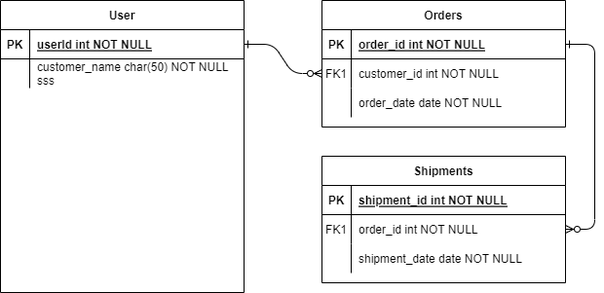
This is ER-model.drawio.png from ndphong812/intro2software-project, a draw.io export, as it was before one commit. Source tidied: cells renumbered, new cells last; positions are measured from the earlier drawing's top-left corner, leaving out a move shared by most shapes.
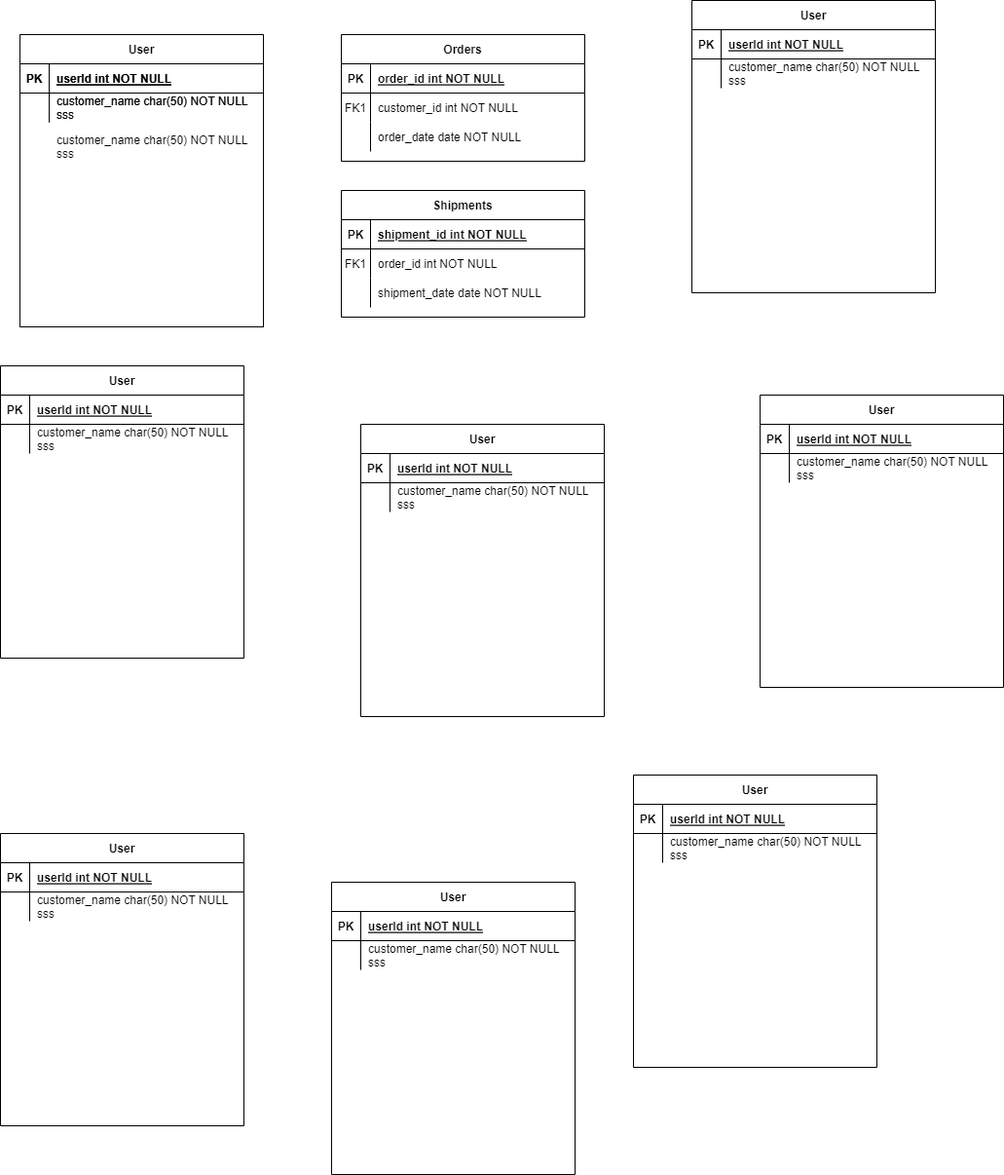
The same file after the commit.

Change to the diagram source:
```diff
@@ -2,12 +2,6 @@
   <root>
     <mxCell id="0" />
     <mxCell id="1" parent="0" />
-    <mxCell id="2" style="edgeStyle=entityRelationEdgeStyle;endArrow=ERzeroToMany;startArrow=ERone;endFill=1;startFill=0;" parent="1" edge="1" source="25" target="8">
-      <mxGeometry relative="1" as="geometry" />
-    </mxCell>
-    <mxCell id="3" style="edgeStyle=entityRelationEdgeStyle;endArrow=ERzeroToMany;startArrow=ERone;endFill=1;startFill=0;" parent="1" edge="1" source="5" target="18">
-      <mxGeometry relative="1" as="geometry" />
-    </mxCell>
     <mxCell id="4" value="Orders" style="shape=table;startSize=30;rowLines=0;fontStyle=1;align=center;" parent="1" vertex="1">
       <mxGeometry x="330" width="250" height="130" as="geometry" />
     </mxCell>
@@ -86,8 +80,179 @@
     <mxCell id="29" style="shape=partialRectangle;overflow=hidden;fillColor=none;top=0;left=0;bottom=0;right=0;" parent="28" vertex="1">
       <mxGeometry width="30" height="30" as="geometry" />
     </mxCell>
-    <mxCell id="30" value="customer_name char(50) NOT NULL&#10;sss" style="shape=partialRectangle;overflow=hidden;fillColor=none;top=0;left=0;bottom=0;right=0;align=left;spacingLeft=6;" parent="28" vertex="1">
+    <mxCell id="30" value="customer_name char(50) NOT NULL&#10;sss&#10;" style="shape=partialRectangle;overflow=hidden;fillColor=none;top=0;left=0;bottom=0;right=0;align=left;spacingLeft=6;" parent="28" vertex="1">
       <mxGeometry x="30" width="220" height="30" as="geometry" />
     </mxCell>
+    <mxCell id="31" value="customer_name char(50) NOT NULL&#10;sss&#10;" style="shape=partialRectangle;overflow=hidden;fillColor=none;top=0;left=0;bottom=0;right=0;align=left;spacingLeft=6;" parent="1" vertex="1">
+      <mxGeometry x="30" y="100" width="220" height="30" as="geometry" />
+    </mxCell>
+    <mxCell id="32" value="User" style="shape=table;startSize=30;rowLines=0;fontStyle=1;align=center;" parent="1" vertex="1">
+      <mxGeometry width="250" height="300" as="geometry" />
+    </mxCell>
+    <mxCell id="33" style="shape=partialRectangle;fillColor=none;top=0;left=0;right=0;bottom=1;" parent="32" vertex="1">
+      <mxGeometry y="30" width="250" height="30" as="geometry" />
+    </mxCell>
+    <mxCell id="34" value="PK" style="shape=partialRectangle;overflow=hidden;fillColor=none;top=0;left=0;bottom=0;right=0;fontStyle=1;" parent="33" vertex="1">
+      <mxGeometry width="30" height="30" as="geometry" />
+    </mxCell>
+    <mxCell id="35" value="userId int NOT NULL " style="shape=partialRectangle;overflow=hidden;fillColor=none;top=0;left=0;bottom=0;right=0;align=left;spacingLeft=6;fontStyle=5;" parent="33" vertex="1">
+      <mxGeometry x="30" width="220" height="30" as="geometry" />
+    </mxCell>
+    <mxCell id="36" style="shape=partialRectangle;fillColor=none;top=0;left=0;right=0;bottom=0;" parent="32" vertex="1">
+      <mxGeometry y="60" width="250" height="30" as="geometry" />
+    </mxCell>
+    <mxCell id="37" style="shape=partialRectangle;overflow=hidden;fillColor=none;top=0;left=0;bottom=0;right=0;" parent="36" vertex="1">
+      <mxGeometry width="30" height="30" as="geometry" />
+    </mxCell>
+    <mxCell id="38" value="customer_name char(50) NOT NULL&#10;sss&#10;" style="shape=partialRectangle;overflow=hidden;fillColor=none;top=0;left=0;bottom=0;right=0;align=left;spacingLeft=6;" parent="36" vertex="1">
+      <mxGeometry x="30" width="220" height="30" as="geometry" />
+    </mxCell>
+    <mxCell id="39" value="User" style="shape=table;startSize=30;rowLines=0;fontStyle=1;align=center;" parent="1" vertex="1">
+      <mxGeometry x="-20" y="340" width="250" height="300" as="geometry" />
+    </mxCell>
+    <mxCell id="40" style="shape=partialRectangle;fillColor=none;top=0;left=0;right=0;bottom=1;" parent="39" vertex="1">
+      <mxGeometry y="30" width="250" height="30" as="geometry" />
+    </mxCell>
+    <mxCell id="41" value="PK" style="shape=partialRectangle;overflow=hidden;fillColor=none;top=0;left=0;bottom=0;right=0;fontStyle=1;" parent="40" vertex="1">
+      <mxGeometry width="30" height="30" as="geometry" />
+    </mxCell>
+    <mxCell id="42" value="userId int NOT NULL " style="shape=partialRectangle;overflow=hidden;fillColor=none;top=0;left=0;bottom=0;right=0;align=left;spacingLeft=6;fontStyle=5;" parent="40" vertex="1">
+      <mxGeometry x="30" width="220" height="30" as="geometry" />
+    </mxCell>
+    <mxCell id="43" style="shape=partialRectangle;fillColor=none;top=0;left=0;right=0;bottom=0;" parent="39" vertex="1">
+      <mxGeometry y="60" width="250" height="30" as="geometry" />
+    </mxCell>
+    <mxCell id="44" style="shape=partialRectangle;overflow=hidden;fillColor=none;top=0;left=0;bottom=0;right=0;" parent="43" vertex="1">
+      <mxGeometry width="30" height="30" as="geometry" />
+    </mxCell>
+    <mxCell id="45" value="customer_name char(50) NOT NULL&#10;sss&#10;" style="shape=partialRectangle;overflow=hidden;fillColor=none;top=0;left=0;bottom=0;right=0;align=left;spacingLeft=6;" parent="43" vertex="1">
+      <mxGeometry x="30" width="220" height="30" as="geometry" />
+    </mxCell>
+    <mxCell id="46" value="User" style="shape=table;startSize=30;rowLines=0;fontStyle=1;align=center;" parent="1" vertex="1">
+      <mxGeometry x="350" y="400" width="250" height="300" as="geometry" />
+    </mxCell>
+    <mxCell id="47" style="shape=partialRectangle;fillColor=none;top=0;left=0;right=0;bottom=1;" parent="46" vertex="1">
+      <mxGeometry y="30" width="250" height="30" as="geometry" />
+    </mxCell>
+    <mxCell id="48" value="PK" style="shape=partialRectangle;overflow=hidden;fillColor=none;top=0;left=0;bottom=0;right=0;fontStyle=1;" parent="47" vertex="1">
+      <mxGeometry width="30" height="30" as="geometry" />
+    </mxCell>
+    <mxCell id="49" value="userId int NOT NULL " style="shape=partialRectangle;overflow=hidden;fillColor=none;top=0;left=0;bottom=0;right=0;align=left;spacingLeft=6;fontStyle=5;" parent="47" vertex="1">
+      <mxGeometry x="30" width="220" height="30" as="geometry" />
+    </mxCell>
+    <mxCell id="50" style="shape=partialRectangle;fillColor=none;top=0;left=0;right=0;bottom=0;" parent="46" vertex="1">
+      <mxGeometry y="60" width="250" height="30" as="geometry" />
+    </mxCell>
+    <mxCell id="51" style="shape=partialRectangle;overflow=hidden;fillColor=none;top=0;left=0;bottom=0;right=0;" parent="50" vertex="1">
+      <mxGeometry width="30" height="30" as="geometry" />
+    </mxCell>
+    <mxCell id="52" value="customer_name char(50) NOT NULL&#10;sss&#10;" style="shape=partialRectangle;overflow=hidden;fillColor=none;top=0;left=0;bottom=0;right=0;align=left;spacingLeft=6;" parent="50" vertex="1">
+      <mxGeometry x="30" width="220" height="30" as="geometry" />
+    </mxCell>
+    <mxCell id="53" value="User" style="shape=table;startSize=30;rowLines=0;fontStyle=1;align=center;" parent="1" vertex="1">
+      <mxGeometry x="690" y="-35" width="250" height="300" as="geometry" />
+    </mxCell>
+    <mxCell id="54" style="shape=partialRectangle;fillColor=none;top=0;left=0;right=0;bottom=1;" parent="53" vertex="1">
+      <mxGeometry y="30" width="250" height="30" as="geometry" />
+    </mxCell>
+    <mxCell id="55" value="PK" style="shape=partialRectangle;overflow=hidden;fillColor=none;top=0;left=0;bottom=0;right=0;fontStyle=1;" parent="54" vertex="1">
+      <mxGeometry width="30" height="30" as="geometry" />
+    </mxCell>
+    <mxCell id="56" value="userId int NOT NULL " style="shape=partialRectangle;overflow=hidden;fillColor=none;top=0;left=0;bottom=0;right=0;align=left;spacingLeft=6;fontStyle=5;" parent="54" vertex="1">
+      <mxGeometry x="30" width="220" height="30" as="geometry" />
+    </mxCell>
+    <mxCell id="57" style="shape=partialRectangle;fillColor=none;top=0;left=0;right=0;bottom=0;" parent="53" vertex="1">
+      <mxGeometry y="60" width="250" height="30" as="geometry" />
+    </mxCell>
+    <mxCell id="58" style="shape=partialRectangle;overflow=hidden;fillColor=none;top=0;left=0;bottom=0;right=0;" parent="57" vertex="1">
+      <mxGeometry width="30" height="30" as="geometry" />
+    </mxCell>
+    <mxCell id="59" value="customer_name char(50) NOT NULL&#10;sss&#10;" style="shape=partialRectangle;overflow=hidden;fillColor=none;top=0;left=0;bottom=0;right=0;align=left;spacingLeft=6;" parent="57" vertex="1">
+      <mxGeometry x="30" width="220" height="30" as="geometry" />
+    </mxCell>
+    <mxCell id="60" value="User" style="shape=table;startSize=30;rowLines=0;fontStyle=1;align=center;" parent="1" vertex="1">
+      <mxGeometry x="760" y="370" width="250" height="300" as="geometry" />
+    </mxCell>
+    <mxCell id="61" style="shape=partialRectangle;fillColor=none;top=0;left=0;right=0;bottom=1;" parent="60" vertex="1">
+      <mxGeometry y="30" width="250" height="30" as="geometry" />
+    </mxCell>
+    <mxCell id="62" value="PK" style="shape=partialRectangle;overflow=hidden;fillColor=none;top=0;left=0;bottom=0;right=0;fontStyle=1;" parent="61" vertex="1">
+      <mxGeometry width="30" height="30" as="geometry" />
+    </mxCell>
+    <mxCell id="63" value="userId int NOT NULL " style="shape=partialRectangle;overflow=hidden;fillColor=none;top=0;left=0;bottom=0;right=0;align=left;spacingLeft=6;fontStyle=5;" parent="61" vertex="1">
+      <mxGeometry x="30" width="220" height="30" as="geometry" />
+    </mxCell>
+    <mxCell id="64" style="shape=partialRectangle;fillColor=none;top=0;left=0;right=0;bottom=0;" parent="60" vertex="1">
+      <mxGeometry y="60" width="250" height="30" as="geometry" />
+    </mxCell>
+    <mxCell id="65" style="shape=partialRectangle;overflow=hidden;fillColor=none;top=0;left=0;bottom=0;right=0;" parent="64" vertex="1">
+      <mxGeometry width="30" height="30" as="geometry" />
+    </mxCell>
+    <mxCell id="66" value="customer_name char(50) NOT NULL&#10;sss&#10;" style="shape=partialRectangle;overflow=hidden;fillColor=none;top=0;left=0;bottom=0;right=0;align=left;spacingLeft=6;" parent="64" vertex="1">
+      <mxGeometry x="30" width="220" height="30" as="geometry" />
+    </mxCell>
+    <mxCell id="67" value="User" style="shape=table;startSize=30;rowLines=0;fontStyle=1;align=center;" parent="1" vertex="1">
+      <mxGeometry x="-20" y="820" width="250" height="300" as="geometry" />
+    </mxCell>
+    <mxCell id="68" style="shape=partialRectangle;fillColor=none;top=0;left=0;right=0;bottom=1;" parent="67" vertex="1">
+      <mxGeometry y="30" width="250" height="30" as="geometry" />
+    </mxCell>
+    <mxCell id="69" value="PK" style="shape=partialRectangle;overflow=hidden;fillColor=none;top=0;left=0;bottom=0;right=0;fontStyle=1;" parent="68" vertex="1">
+      <mxGeometry width="30" height="30" as="geometry" />
+    </mxCell>
+    <mxCell id="70" value="userId int NOT NULL " style="shape=partialRectangle;overflow=hidden;fillColor=none;top=0;left=0;bottom=0;right=0;align=left;spacingLeft=6;fontStyle=5;" parent="68" vertex="1">
+      <mxGeometry x="30" width="220" height="30" as="geometry" />
+    </mxCell>
+    <mxCell id="71" style="shape=partialRectangle;fillColor=none;top=0;left=0;right=0;bottom=0;" parent="67" vertex="1">
+      <mxGeometry y="60" width="250" height="30" as="geometry" />
+    </mxCell>
+    <mxCell id="72" style="shape=partialRectangle;overflow=hidden;fillColor=none;top=0;left=0;bottom=0;right=0;" parent="71" vertex="1">
+      <mxGeometry width="30" height="30" as="geometry" />
+    </mxCell>
+    <mxCell id="73" value="customer_name char(50) NOT NULL&#10;sss&#10;" style="shape=partialRectangle;overflow=hidden;fillColor=none;top=0;left=0;bottom=0;right=0;align=left;spacingLeft=6;" parent="71" vertex="1">
+      <mxGeometry x="30" width="220" height="30" as="geometry" />
+    </mxCell>
+    <mxCell id="74" value="User" style="shape=table;startSize=30;rowLines=0;fontStyle=1;align=center;" parent="1" vertex="1">
+      <mxGeometry x="320" y="870" width="250" height="300" as="geometry" />
+    </mxCell>
+    <mxCell id="75" style="shape=partialRectangle;fillColor=none;top=0;left=0;right=0;bottom=1;" parent="74" vertex="1">
+      <mxGeometry y="30" width="250" height="30" as="geometry" />
+    </mxCell>
+    <mxCell id="76" value="PK" style="shape=partialRectangle;overflow=hidden;fillColor=none;top=0;left=0;bottom=0;right=0;fontStyle=1;" parent="75" vertex="1">
+      <mxGeometry width="30" height="30" as="geometry" />
+    </mxCell>
+    <mxCell id="77" value="userId int NOT NULL " style="shape=partialRectangle;overflow=hidden;fillColor=none;top=0;left=0;bottom=0;right=0;align=left;spacingLeft=6;fontStyle=5;" parent="75" vertex="1">
+      <mxGeometry x="30" width="220" height="30" as="geometry" />
+    </mxCell>
+    <mxCell id="78" style="shape=partialRectangle;fillColor=none;top=0;left=0;right=0;bottom=0;" parent="74" vertex="1">
+      <mxGeometry y="60" width="250" height="30" as="geometry" />
+    </mxCell>
+    <mxCell id="79" style="shape=partialRectangle;overflow=hidden;fillColor=none;top=0;left=0;bottom=0;right=0;" parent="78" vertex="1">
+      <mxGeometry width="30" height="30" as="geometry" />
+    </mxCell>
+    <mxCell id="80" value="customer_name char(50) NOT NULL&#10;sss&#10;" style="shape=partialRectangle;overflow=hidden;fillColor=none;top=0;left=0;bottom=0;right=0;align=left;spacingLeft=6;" parent="78" vertex="1">
+      <mxGeometry x="30" width="220" height="30" as="geometry" />
+    </mxCell>
+    <mxCell id="81" value="User" style="shape=table;startSize=30;rowLines=0;fontStyle=1;align=center;" parent="1" vertex="1">
+      <mxGeometry x="630" y="760" width="250" height="300" as="geometry" />
+    </mxCell>
+    <mxCell id="82" style="shape=partialRectangle;fillColor=none;top=0;left=0;right=0;bottom=1;" parent="81" vertex="1">
+      <mxGeometry y="30" width="250" height="30" as="geometry" />
+    </mxCell>
+    <mxCell id="83" value="PK" style="shape=partialRectangle;overflow=hidden;fillColor=none;top=0;left=0;bottom=0;right=0;fontStyle=1;" parent="82" vertex="1">
+      <mxGeometry width="30" height="30" as="geometry" />
+    </mxCell>
+    <mxCell id="84" value="userId int NOT NULL " style="shape=partialRectangle;overflow=hidden;fillColor=none;top=0;left=0;bottom=0;right=0;align=left;spacingLeft=6;fontStyle=5;" parent="82" vertex="1">
+      <mxGeometry x="30" width="220" height="30" as="geometry" />
+    </mxCell>
+    <mxCell id="85" style="shape=partialRectangle;fillColor=none;top=0;left=0;right=0;bottom=0;" parent="81" vertex="1">
+      <mxGeometry y="60" width="250" height="30" as="geometry" />
+    </mxCell>
+    <mxCell id="86" style="shape=partialRectangle;overflow=hidden;fillColor=none;top=0;left=0;bottom=0;right=0;" parent="85" vertex="1">
+      <mxGeometry width="30" height="30" as="geometry" />
+    </mxCell>
+    <mxCell id="87" value="customer_name char(50) NOT NULL&#10;sss&#10;" style="shape=partialRectangle;overflow=hidden;fillColor=none;top=0;left=0;bottom=0;right=0;align=left;spacingLeft=6;" parent="85" vertex="1">
+      <mxGeometry x="30" width="220" height="30" as="geometry" />
+    </mxCell>
   </root>
 </mxGraphModel>
```
